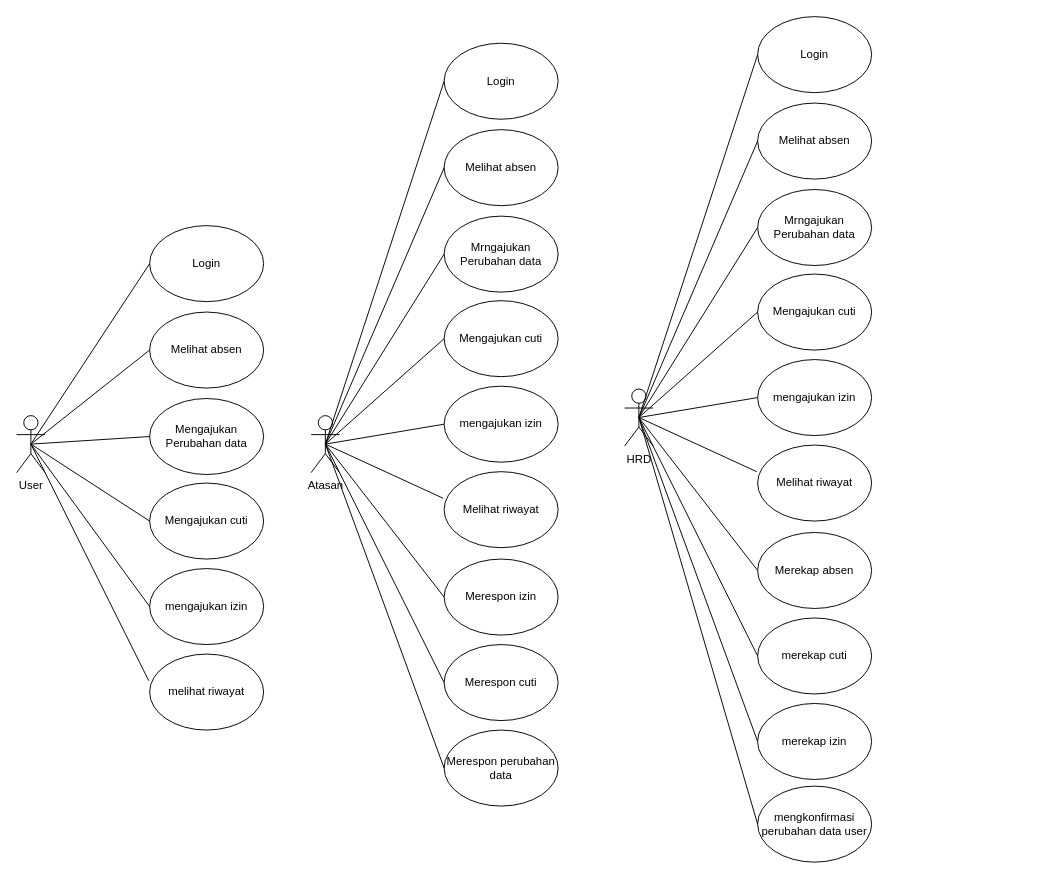
Before: page "Use Case Diagram" (4 of 6) of ERDS1AR/ERD S1AR.drawio in magang-aiia/ERD-Diagram, a draw.io diagram. Source tidied: cells renumbered, new cells numbered last; positions are measured from the earlier drawing's top-left corner, leaving out a move shared by most shapes. Both pictures are drawn from the tidied source at 95%, with x=0, y=0 at pixel (16, 16).
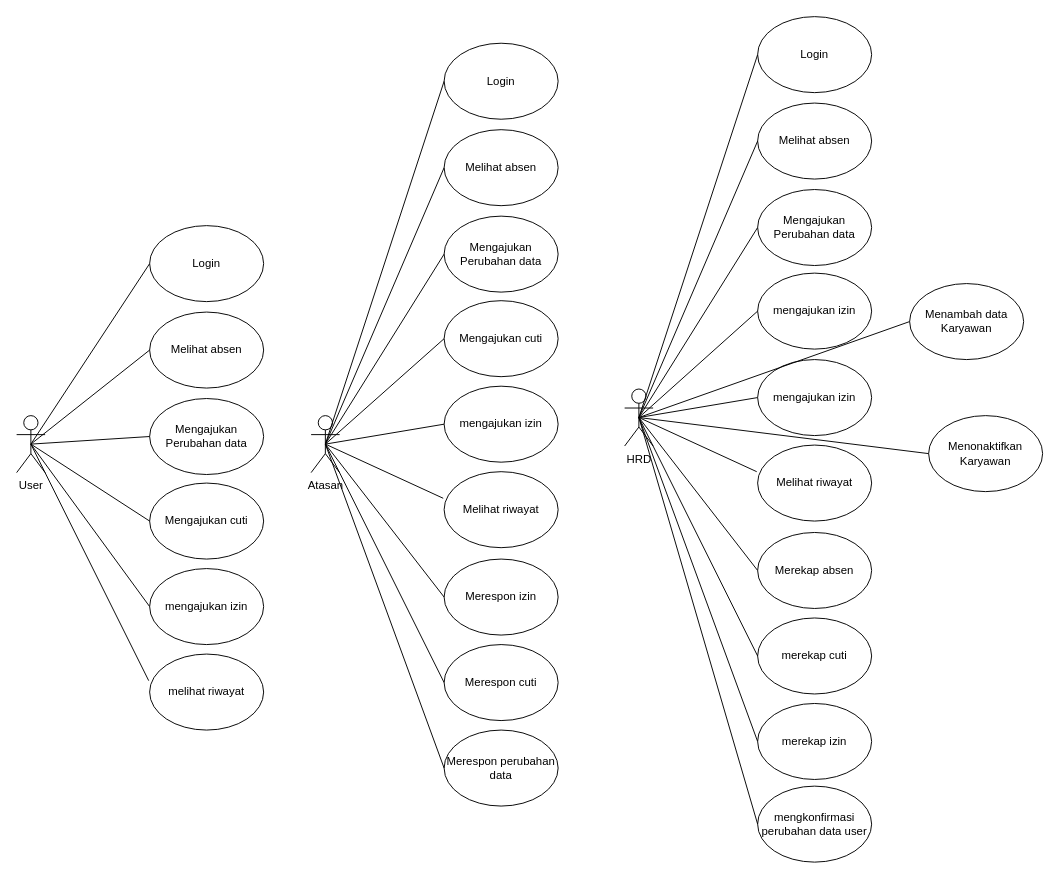
The same page after the edit.

The change refers to these unchanged cells:
```xml
<mxCell id="35" value="HRD" style="shape=umlActor;verticalLabelPosition=bottom;verticalAlign=top;html=1;outlineConnect=0;fillColor=#FFFFFF;" parent="1" vertex="1">
  <mxGeometry x="640" y="392" width="30" height="60" as="geometry" />
</mxCell>
```

The edit, as a diff of the source:
```diff
@@
-    <mxCell id="19" value="Mrngajukan Perubahan data" style="ellipse;whiteSpace=wrap;html=1;fillColor=#FFFFFF;" parent="1" vertex="1">
+    <mxCell id="19" value="Mengajukan Perubahan data" style="ellipse;whiteSpace=wrap;html=1;fillColor=#FFFFFF;" parent="1" vertex="1">
       <mxGeometry x="450" y="210" width="120" height="80" as="geometry" />
     </mxCell>
@@
-    <mxCell id="38" value="Mrngajukan Perubahan data" style="ellipse;whiteSpace=wrap;html=1;fillColor=#FFFFFF;" parent="1" vertex="1">
+    <mxCell id="38" value="Mengajukan Perubahan data" style="ellipse;whiteSpace=wrap;html=1;fillColor=#FFFFFF;" parent="1" vertex="1">
       <mxGeometry x="780" y="182" width="120" height="80" as="geometry" />
     </mxCell>
-    <mxCell id="39" value="Mengajukan cuti" style="ellipse;whiteSpace=wrap;html=1;fillColor=#FFFFFF;" parent="1" vertex="1">
-      <mxGeometry x="780" y="271" width="120" height="80" as="geometry" />
+    <mxCell id="39" value="Menambah data Karyawan" style="ellipse;whiteSpace=wrap;html=1;fillColor=#FFFFFF;" parent="1" vertex="1">
+      <mxGeometry x="940" y="281" width="120" height="80" as="geometry" />
     </mxCell>
@@
+    <mxCell id="55" value="mengajukan izin" style="ellipse;whiteSpace=wrap;html=1;fillColor=#FFFFFF;" parent="1" vertex="1">
+      <mxGeometry x="780" y="270" width="120" height="80" as="geometry" />
+    </mxCell>
+    <mxCell id="56" style="endArrow=none;html=1;rounded=0;entryX=0;entryY=0.5;entryDx=0;entryDy=0;exitX=0.5;exitY=0.5;exitDx=0;exitDy=0;exitPerimeter=0;" parent="1" edge="1" source="35" target="55">
+      <mxGeometry relative="1" as="geometry" />
+    </mxCell>
+    <mxCell id="57" value="Menonaktifkan Karyawan" style="ellipse;whiteSpace=wrap;html=1;fillColor=#FFFFFF;" parent="1" vertex="1">
+      <mxGeometry x="960" y="420" width="120" height="80" as="geometry" />
+    </mxCell>
+    <mxCell id="58" style="endArrow=none;html=1;rounded=0;entryX=0.5;entryY=0.5;entryDx=0;entryDy=0;entryPerimeter=0;exitX=0;exitY=0.5;exitDx=0;exitDy=0;" parent="1" edge="1" source="57" target="35">
+      <mxGeometry relative="1" as="geometry" />
+    </mxCell>
```
